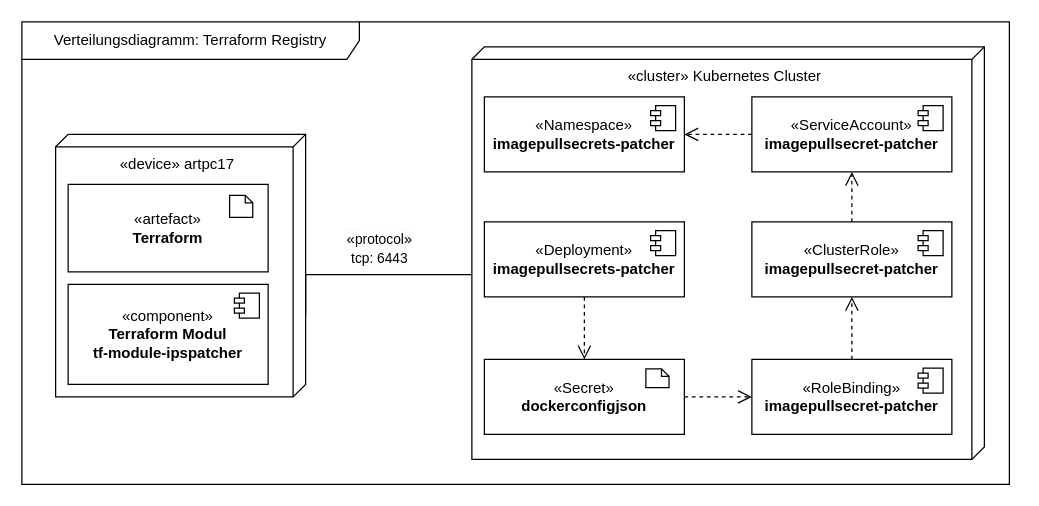
This is uni-bsc/Registry-Deployment.drawio from pogii123/drawio-charts, a draw.io file, before an edit. Source tidied: cells renumbered, new cells numbered last; positions are measured from the earlier drawing's top-left corner, leaving out a move shared by most shapes. Both pictures are drawn from the tidied source at 125%, with x=0, y=0 at pixel (21, 21).
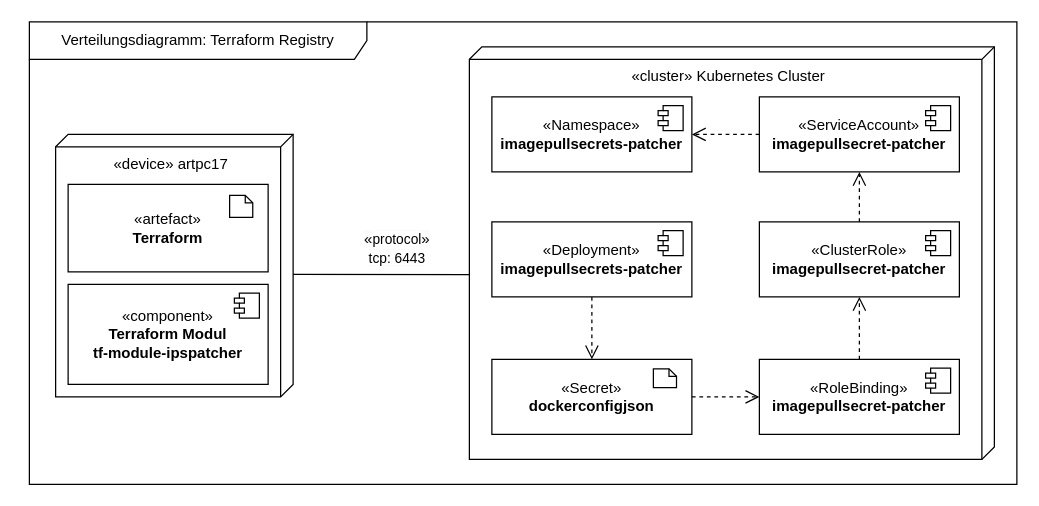
Above is the later version.

Diff of the diagram source:
```diff
@@
     <mxCell id="2" value="«device» artpc17" style="verticalAlign=top;align=center;shape=cube;size=10;direction=south;html=1;boundedLbl=1;spacingLeft=5;whiteSpace=wrap;" parent="1" vertex="1">
-      <mxGeometry x="27" y="90" width="200" height="210" as="geometry" />
+      <mxGeometry x="27" y="90" width="190" height="210" as="geometry" />
     </mxCell>
@@
-    <mxCell id="8" style="edgeStyle=orthogonalEdgeStyle;rounded=0;jettySize=auto;html=1;exitX=0;exitY=0;exitDx=145;exitDy=0;exitPerimeter=0;endArrow=none;endFill=0;entryX=0.552;entryY=1;entryDx=0;entryDy=0;entryPerimeter=0;" parent="1" edge="1" source="2" target="11">
+    <mxCell id="8" style="edgeStyle=orthogonalEdgeStyle;rounded=0;jettySize=auto;html=1;endArrow=none;endFill=0;entryX=0.552;entryY=1;entryDx=0;entryDy=0;entryPerimeter=0;" parent="1" edge="1" target="11">
       <mxGeometry relative="1" as="geometry">
+        <mxPoint x="217" y="202" as="sourcePoint" />
         <Array as="points">
-          <mxPoint x="227" y="202" />
+          <mxPoint x="217" y="202" />
         </Array>
       </mxGeometry>
     </mxCell>
@@
     <mxCell id="10" value="Verteilungsdiagramm: Terraform Registry" style="shape=umlFrame;whiteSpace=wrap;html=1;width=270;height=30;" parent="1" vertex="1">
-      <mxGeometry width="790" height="370" as="geometry" />
+      <mxGeometry x="6" width="790" height="370" as="geometry" />
     </mxCell>
     <mxCell id="11" value="«cluster» Kubernetes Cluster" style="verticalAlign=top;align=center;shape=cube;size=10;direction=south;html=1;boundedLbl=1;spacingLeft=5;whiteSpace=wrap;" parent="10" vertex="1">
-      <mxGeometry x="360" y="20" width="410" height="330" as="geometry" />
+      <mxGeometry x="352" y="20" width="420" height="330" as="geometry" />
     </mxCell>
```
